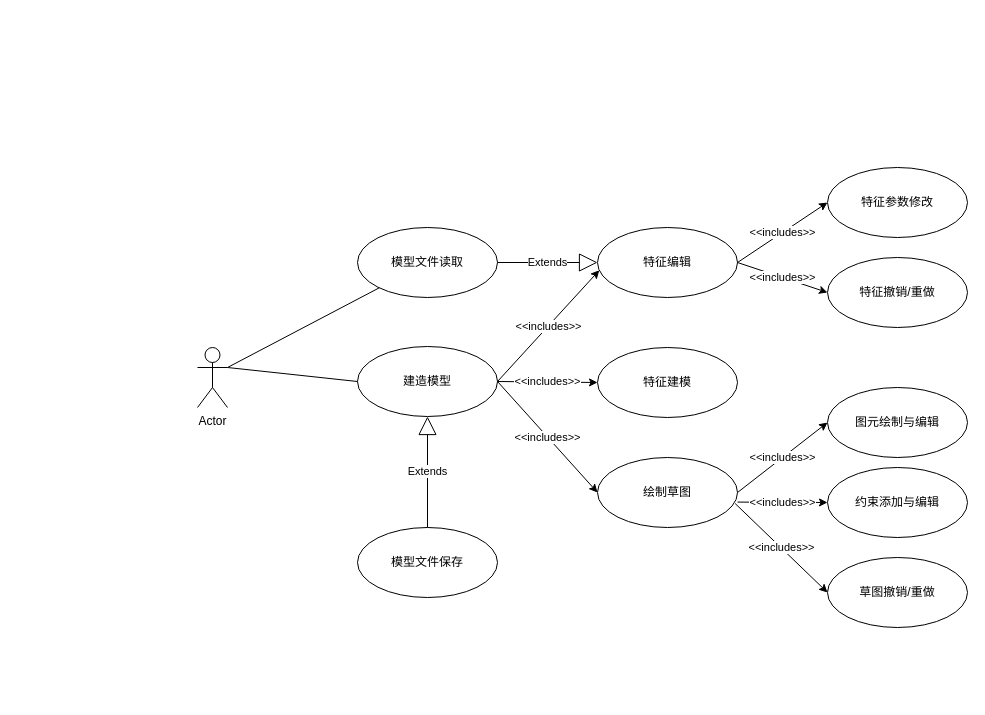
Above: 用例图.drawio in liuhuliuhu123/First-test (draw.io), before the change. Source tidied: cells renumbered, new cells numbered last; positions are measured from the earlier drawing's top-left corner, leaving out a move shared by most shapes. Both pictures are drawn from the tidied source at 100%, with x=0, y=0 at pixel (197, 167).
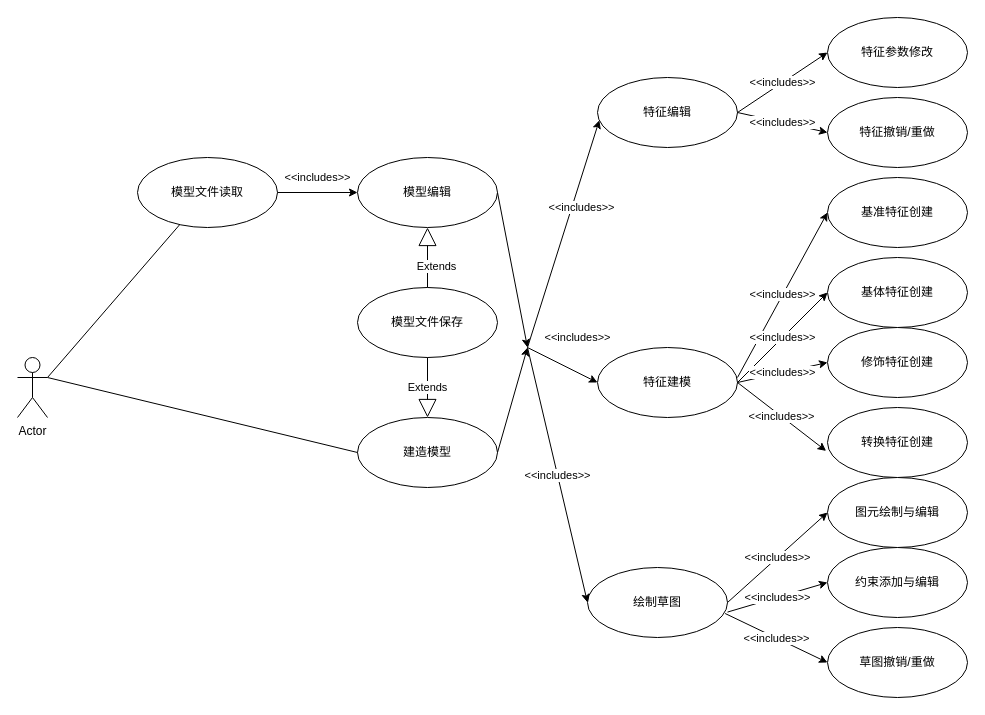
After the change.

Commit message:
更新用例图.drawio

The change refers to these unchanged cells:
```xml
<mxCell id="5" value="特征建模" style="ellipse;whiteSpace=wrap;html=1;" parent="1" vertex="1">
  <mxGeometry x="400" y="180" width="140" height="70" as="geometry" />
</mxCell>
```

What changed in the source:
```diff
@@
     <mxCell id="2" value="Actor" style="shape=umlActor;verticalLabelPosition=bottom;verticalAlign=top;html=1;" parent="1" vertex="1">
-      <mxGeometry y="180" width="30" height="60" as="geometry" />
+      <mxGeometry x="-180" y="190" width="30" height="60" as="geometry" />
     </mxCell>
     <mxCell id="3" value="建造模型" style="ellipse;whiteSpace=wrap;html=1;" parent="1" vertex="1">
-      <mxGeometry x="160" y="179" width="140" height="70" as="geometry" />
+      <mxGeometry x="160" y="250" width="140" height="70" as="geometry" />
     </mxCell>
     <mxCell id="4" value="绘制草图" style="ellipse;whiteSpace=wrap;html=1;" parent="1" vertex="1">
-      <mxGeometry x="400" y="290" width="140" height="70" as="geometry" />
+      <mxGeometry x="390" y="400" width="140" height="70" as="geometry" />
     </mxCell>
@@
     <mxCell id="6" value="特征编辑" style="ellipse;whiteSpace=wrap;html=1;" parent="1" vertex="1">
-      <mxGeometry x="400" y="60" width="140" height="70" as="geometry" />
+      <mxGeometry x="400" y="-90" width="140" height="70" as="geometry" />
     </mxCell>
     <mxCell id="7" value="模型文件读取" style="ellipse;whiteSpace=wrap;html=1;" parent="1" vertex="1">
-      <mxGeometry x="160" y="60" width="140" height="70" as="geometry" />
+      <mxGeometry x="-60" y="-10" width="140" height="70" as="geometry" />
     </mxCell>
     <mxCell id="8" value="模型文件保存" style="ellipse;whiteSpace=wrap;html=1;" parent="1" vertex="1">
-      <mxGeometry x="160" y="360" width="140" height="70" as="geometry" />
+      <mxGeometry x="160" y="120" width="140" height="70" as="geometry" />
     </mxCell>
-    <mxCell id="9" value="Extends" style="endArrow=block;endSize=16;endFill=0;html=1;rounded=0;entryX=0.5;entryY=1;entryDx=0;entryDy=0;exitX=0.5;exitY=0;exitDx=0;exitDy=0;" parent="1" edge="1" source="8" target="3">
+    <mxCell id="9" value="Extends" style="endArrow=block;endSize=16;endFill=0;html=1;rounded=0;entryX=0.5;entryY=0;entryDx=0;entryDy=0;exitX=0.5;exitY=1;exitDx=0;exitDy=0;" parent="1" edge="1" source="8" target="3">
       <mxGeometry relative="1" as="geometry" />
     </mxCell>
@@
-    <mxCell id="11" style="endArrow=none;html=1;rounded=0;entryX=0;entryY=0.5;entryDx=0;entryDy=0;" parent="1" edge="1" target="3">
-      <mxGeometry relative="1" as="geometry">
-        <mxPoint x="30" y="200" as="sourcePoint" />
-      </mxGeometry>
+    <mxCell id="11" style="endArrow=none;html=1;rounded=0;entryX=0;entryY=0.5;entryDx=0;entryDy=0;exitX=1;exitY=0.3333333333333333;exitDx=0;exitDy=0;exitPerimeter=0;" parent="1" edge="1" source="2" target="3">
+      <mxGeometry relative="1" as="geometry" />
     </mxCell>
-    <mxCell id="12" value="&amp;lt;&amp;lt;includes&amp;gt;&amp;gt;" style="endArrow=classic;html=1;rounded=0;exitX=1;exitY=0.5;exitDx=0;exitDy=0;entryX=0.013;entryY=0.611;entryDx=0;entryDy=0;entryPerimeter=0;" parent="1" edge="1" source="3" target="6">
-      <mxGeometry relative="1" as="geometry" />
+    <mxCell id="12" value="&amp;lt;&amp;lt;includes&amp;gt;&amp;gt;" style="endArrow=classic;html=1;rounded=0;entryX=0.013;entryY=0.611;entryDx=0;entryDy=0;entryPerimeter=0;" parent="1" edge="1" target="6">
+      <mxGeometry x="0.25" y="-8" relative="1" as="geometry">
+        <mxPoint x="330" y="180" as="sourcePoint" />
+        <mxPoint x="1" as="offset" />
+      </mxGeometry>
     </mxCell>
-    <mxCell id="13" value="&amp;lt;&amp;lt;includes&amp;gt;&amp;gt;" style="endArrow=classic;html=1;rounded=0;exitX=1;exitY=0.5;exitDx=0;exitDy=0;entryX=0;entryY=0.5;entryDx=0;entryDy=0;" parent="1" edge="1" source="3" target="5">
-      <mxGeometry relative="1" as="geometry" />
+    <mxCell id="13" value="&amp;lt;&amp;lt;includes&amp;gt;&amp;gt;" style="endArrow=classic;html=1;rounded=0;entryX=0;entryY=0.5;entryDx=0;entryDy=0;" parent="1" edge="1" target="5">
+      <mxGeometry x="0.03" y="31" relative="1" as="geometry">
+        <mxPoint x="330" y="180" as="sourcePoint" />
+      </mxGeometry>
     </mxCell>
-    <mxCell id="14" value="&amp;lt;&amp;lt;includes&amp;gt;&amp;gt;" style="endArrow=classic;html=1;rounded=0;exitX=1;exitY=0.5;exitDx=0;exitDy=0;entryX=0;entryY=0.5;entryDx=0;entryDy=0;" parent="1" edge="1" source="3" target="4">
-      <mxGeometry relative="1" as="geometry" />
+    <mxCell id="14" value="&amp;lt;&amp;lt;includes&amp;gt;&amp;gt;" style="endArrow=classic;html=1;rounded=0;entryX=0;entryY=0.5;entryDx=0;entryDy=0;" parent="1" edge="1" target="4">
+      <mxGeometry relative="1" as="geometry">
+        <mxPoint x="330" y="180" as="sourcePoint" />
+      </mxGeometry>
     </mxCell>
     <mxCell id="15" value="约束添加与编辑" style="ellipse;whiteSpace=wrap;html=1;" parent="1" vertex="1">
-      <mxGeometry x="630" y="300" width="140" height="70" as="geometry" />
+      <mxGeometry x="630" y="380" width="140" height="70" as="geometry" />
     </mxCell>
     <mxCell id="16" value="图元绘制与编辑" style="ellipse;whiteSpace=wrap;html=1;" parent="1" vertex="1">
-      <mxGeometry x="630" y="220" width="140" height="70" as="geometry" />
+      <mxGeometry x="630" y="310" width="140" height="70" as="geometry" />
     </mxCell>
     <mxCell id="17" value="草图撤销/重做" style="ellipse;whiteSpace=wrap;html=1;" parent="1" vertex="1">
-      <mxGeometry x="630" y="390" width="140" height="70" as="geometry" />
+      <mxGeometry x="630" y="460" width="140" height="70" as="geometry" />
     </mxCell>
@@
     <mxCell id="21" value="特征参数修改" style="ellipse;whiteSpace=wrap;html=1;" parent="1" vertex="1">
-      <mxGeometry x="630" width="140" height="70" as="geometry" />
+      <mxGeometry x="630" y="-150" width="140" height="70" as="geometry" />
     </mxCell>
     <mxCell id="22" value="特征撤销/重做" style="ellipse;whiteSpace=wrap;html=1;" parent="1" vertex="1">
-      <mxGeometry x="630" y="90" width="140" height="70" as="geometry" />
+      <mxGeometry x="630" y="-70" width="140" height="70" as="geometry" />
     </mxCell>
@@
+    <mxCell id="26" value="&amp;lt;&amp;lt;includes&amp;gt;&amp;gt;" style="endArrow=classic;html=1;rounded=0;exitX=1;exitY=0.5;exitDx=0;exitDy=0;entryX=0;entryY=0.5;entryDx=0;entryDy=0;" parent="1" edge="1" source="7" target="27">
+      <mxGeometry y="15" relative="1" as="geometry" />
+    </mxCell>
+    <mxCell id="27" value="模型编辑" style="ellipse;whiteSpace=wrap;html=1;" parent="1" vertex="1">
+      <mxGeometry x="160" y="-10" width="140" height="70" as="geometry" />
+    </mxCell>
-    <mxCell id="25" value="Extends" style="endArrow=block;endSize=16;endFill=0;html=1;rounded=0;exitX=1;exitY=0.5;exitDx=0;exitDy=0;entryX=0;entryY=0.5;entryDx=0;entryDy=0;" parent="1" edge="1" source="7" target="6">
-      <mxGeometry relative="1" as="geometry" />
+    <mxCell id="25" value="Extends" style="endArrow=block;endSize=16;endFill=0;html=1;rounded=0;exitX=0.5;exitY=0;exitDx=0;exitDy=0;entryX=0.5;entryY=1;entryDx=0;entryDy=0;" parent="1" edge="1" source="8" target="27">
+      <mxGeometry x="-0.31" y="-9" relative="1" as="geometry" />
     </mxCell>
+    <mxCell id="28" style="endArrow=classic;html=1;rounded=0;exitX=1;exitY=0.5;exitDx=0;exitDy=0;" parent="1" edge="1" source="27">
+      <mxGeometry relative="1" as="geometry">
+        <mxPoint x="330" y="180" as="targetPoint" />
+      </mxGeometry>
+    </mxCell>
+    <mxCell id="29" style="endArrow=classic;html=1;rounded=0;exitX=1;exitY=0.5;exitDx=0;exitDy=0;" parent="1" edge="1" source="3">
+      <mxGeometry relative="1" as="geometry">
+        <mxPoint x="330" y="180" as="targetPoint" />
+      </mxGeometry>
+    </mxCell>
+    <mxCell id="30" value="基准特征创建" style="ellipse;whiteSpace=wrap;html=1;" parent="1" vertex="1">
+      <mxGeometry x="630" y="10" width="140" height="70" as="geometry" />
+    </mxCell>
+    <mxCell id="31" value="基体特征创建" style="ellipse;whiteSpace=wrap;html=1;" parent="1" vertex="1">
+      <mxGeometry x="630" y="90" width="140" height="70" as="geometry" />
+    </mxCell>
+    <mxCell id="32" value="修饰特征创建" style="ellipse;whiteSpace=wrap;html=1;" parent="1" vertex="1">
+      <mxGeometry x="630" y="160" width="140" height="70" as="geometry" />
+    </mxCell>
+    <mxCell id="33" value="转换特征创建" style="ellipse;whiteSpace=wrap;html=1;" parent="1" vertex="1">
+      <mxGeometry x="630" y="240" width="140" height="70" as="geometry" />
+    </mxCell>
+    <mxCell id="34" value="&amp;lt;&amp;lt;includes&amp;gt;&amp;gt;" style="endArrow=classic;html=1;rounded=0;entryX=0;entryY=0.5;entryDx=0;entryDy=0;" parent="1" edge="1" target="30">
+      <mxGeometry relative="1" as="geometry">
+        <mxPoint x="540" y="210" as="sourcePoint" />
+      </mxGeometry>
+    </mxCell>
+    <mxCell id="35" value="&amp;lt;&amp;lt;includes&amp;gt;&amp;gt;" style="endArrow=classic;html=1;rounded=0;entryX=0;entryY=0.5;entryDx=0;entryDy=0;exitX=1;exitY=0.5;exitDx=0;exitDy=0;" parent="1" edge="1" source="5" target="31">
+      <mxGeometry relative="1" as="geometry" />
+    </mxCell>
+    <mxCell id="36" value="&amp;lt;&amp;lt;includes&amp;gt;&amp;gt;" style="endArrow=classic;html=1;rounded=0;exitX=1;exitY=0.5;exitDx=0;exitDy=0;entryX=0;entryY=0.5;entryDx=0;entryDy=0;" parent="1" edge="1" source="5" target="32">
+      <mxGeometry relative="1" as="geometry" />
+    </mxCell>
+    <mxCell id="37" value="&amp;lt;&amp;lt;includes&amp;gt;&amp;gt;" style="endArrow=classic;html=1;rounded=0;exitX=1;exitY=0.5;exitDx=0;exitDy=0;entryX=-0.01;entryY=0.62;entryDx=0;entryDy=0;entryPerimeter=0;" parent="1" edge="1" source="5" target="33">
+      <mxGeometry relative="1" as="geometry" />
+    </mxCell>
```
